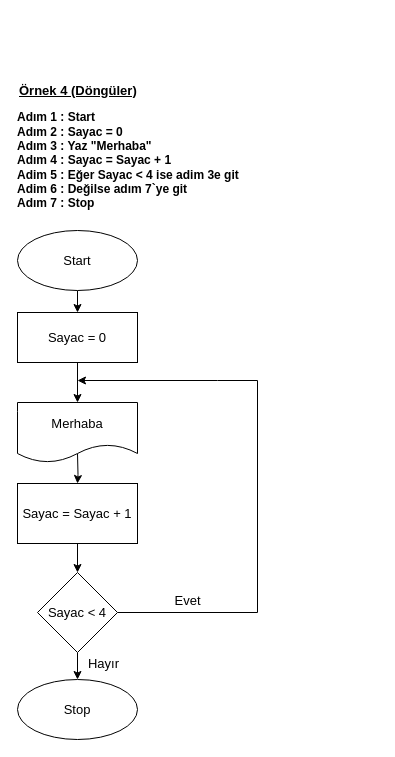
Earlier version of the draw.io diagram Untitled Diagram.drawio (dago2004/elchin). Source tidied: cells renumbered, new cells numbered last; positions are measured from the earlier drawing's top-left corner, leaving out a move shared by most shapes. Both pictures are drawn from the tidied source at 100%, with x=0, y=0 at pixel (17, 80).
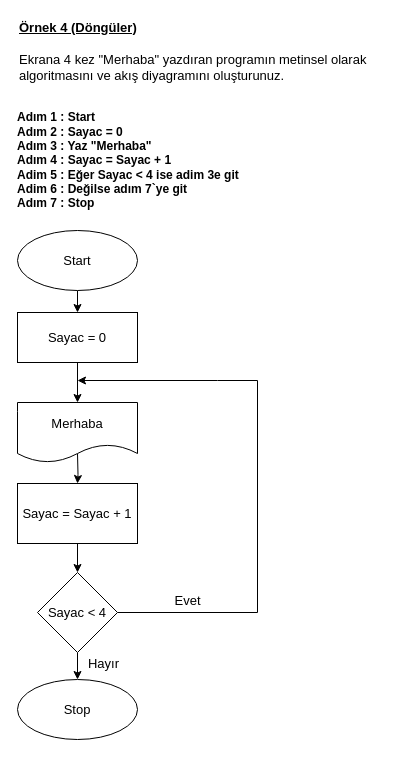
The same page after the edit.

Commit message (it also covers changes not shown here):
Algoritma Örnekler 2

What changed in the source:
```diff
@@
     <mxCell id="2" value="Örnek 4 (Döngüler)&lt;br style=&quot;font-size: 13px;&quot;&gt;" style="text;html=1;align=left;verticalAlign=middle;strokeColor=none;fillColor=none;fontStyle=5;fontSize=13;" parent="1" vertex="1">
-      <mxGeometry width="130" height="20" as="geometry" />
+      <mxGeometry y="-63" width="130" height="20" as="geometry" />
     </mxCell>
@@
+    <mxCell id="18" value="Ekrana 4 kez &quot;Merhaba&quot; yazdıran programın metinsel olarak&lt;br&gt;algoritmasını ve akış diyagramını oluşturunuz." style="text;html=1;align=left;verticalAlign=middle;strokeColor=none;fillColor=none;fontSize=13;" parent="1" vertex="1">
+      <mxGeometry y="-33" width="360" height="40" as="geometry" />
+    </mxCell>
```
